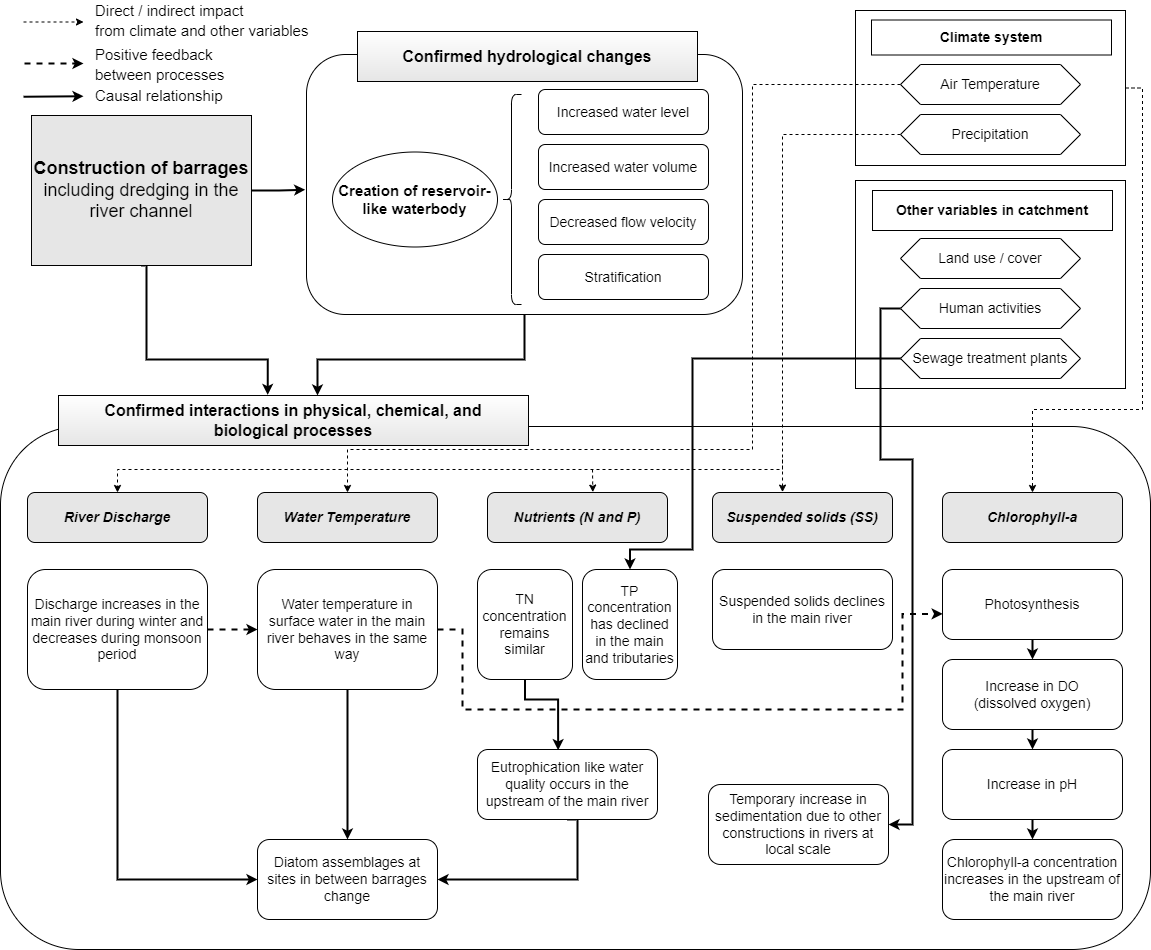
This is Chapter 7 Confirmed changes.png from muyeoljung/PhD_Studyarea, a draw.io export, as it was before one commit. Source tidied: cells renumbered, new cells last; positions are measured from the earlier drawing's top-left corner, leaving out a move shared by most shapes.
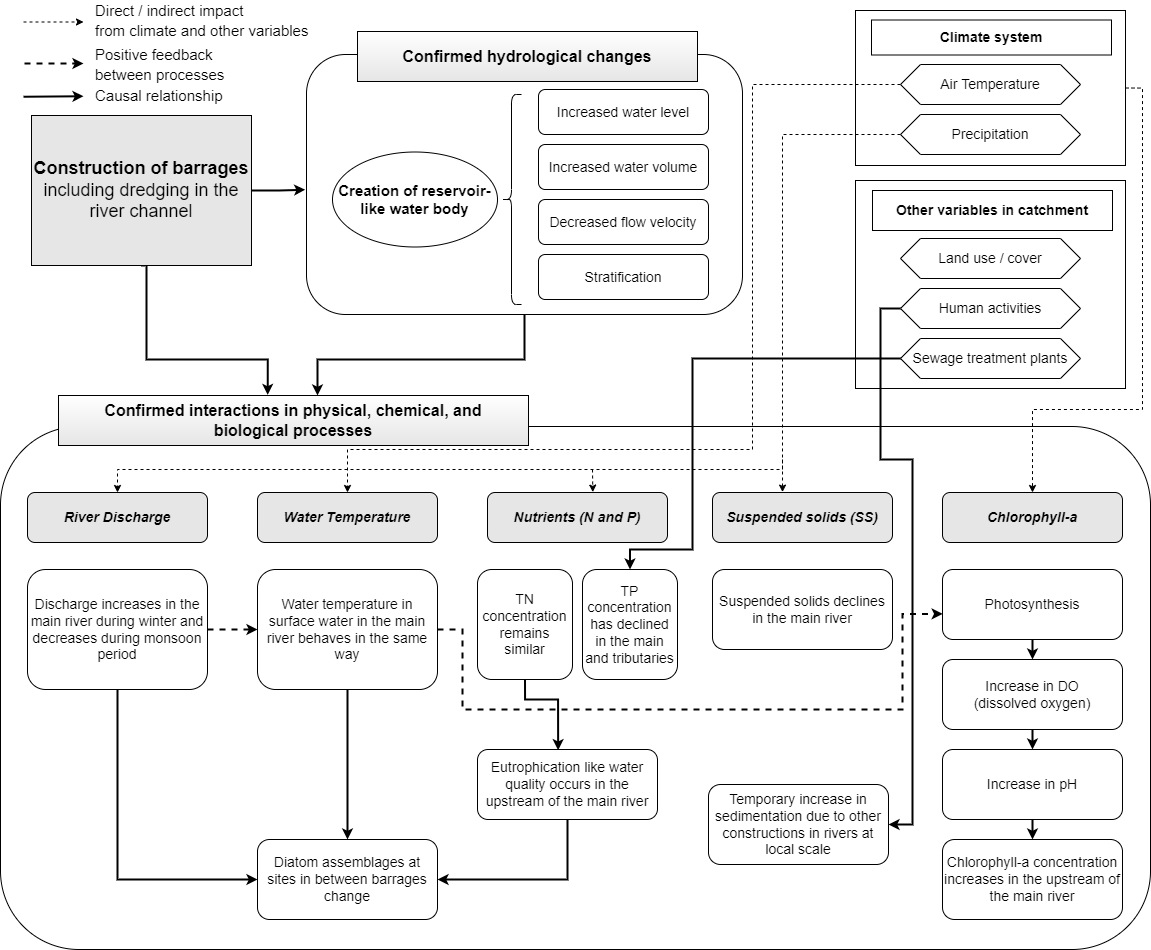
After the commit.

The edit, as a diff of the source:
```diff
@@ -122,7 +122,7 @@
     <mxCell id="31" value="&lt;b&gt;&lt;font style=&quot;font-size: 16px;&quot;&gt;Confirmed hydrological changes&lt;/font&gt;&lt;/b&gt;" style="rounded=0;whiteSpace=wrap;html=1;fontSize=14;gradientColor=#ffffff;fillColor=#E6E6E6;gradientDirection=north;" parent="1" vertex="1">
       <mxGeometry x="357" y="31" width="340" height="50" as="geometry" />
     </mxCell>
-    <mxCell id="32" value="&lt;font style=&quot;font-size: 15px;&quot;&gt;Creation of reservoir-like waterbody&lt;/font&gt;" style="ellipse;whiteSpace=wrap;html=1;fontSize=14;fontStyle=1;" parent="1" vertex="1">
+    <mxCell id="32" value="&lt;font style=&quot;font-size: 15px;&quot;&gt;Creation of reservoir-like water body&lt;/font&gt;" style="ellipse;whiteSpace=wrap;html=1;fontSize=14;fontStyle=1;" parent="1" vertex="1">
       <mxGeometry x="332" y="151.5" width="165" height="95" as="geometry" />
     </mxCell>
     <mxCell id="33" value="Increased water level" style="rounded=1;whiteSpace=wrap;html=1;fontSize=14;" parent="1" vertex="1">
@@ -238,7 +238,7 @@
     <mxCell id="56" style="edgeStyle=orthogonalEdgeStyle;rounded=0;jettySize=auto;html=1;exitX=0.5;exitY=1;exitDx=0;exitDy=0;entryX=1;entryY=0.5;entryDx=0;entryDy=0;fontSize=15;startArrow=none;startFill=0;endArrow=classic;endFill=1;startSize=5;endSize=5;strokeWidth=2;" parent="1" edge="1" source="57" target="51">
       <mxGeometry relative="1" as="geometry">
         <Array as="points">
-          <mxPoint x="577" y="879" />
+          <mxPoint x="567" y="879" />
         </Array>
       </mxGeometry>
     </mxCell>
```
